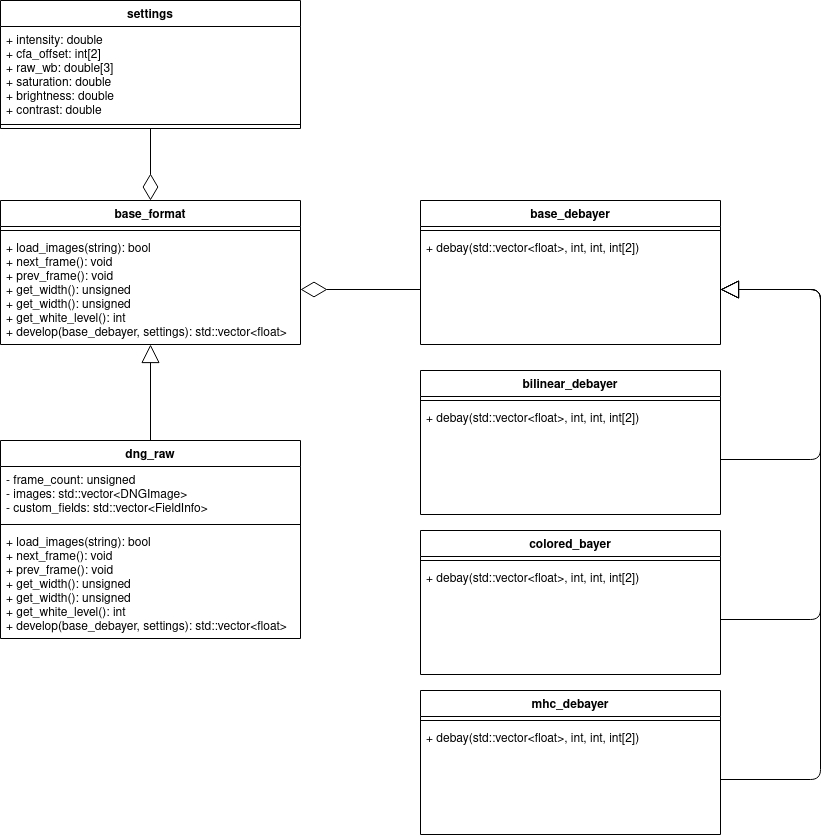
The draw.io diagram docs/inc/img/uml.png in CATFELLA/raw-postproc, before a commit. Source tidied: cells renumbered, new cells last; positions are measured from the earlier drawing's top-left corner, leaving out a move shared by most shapes.
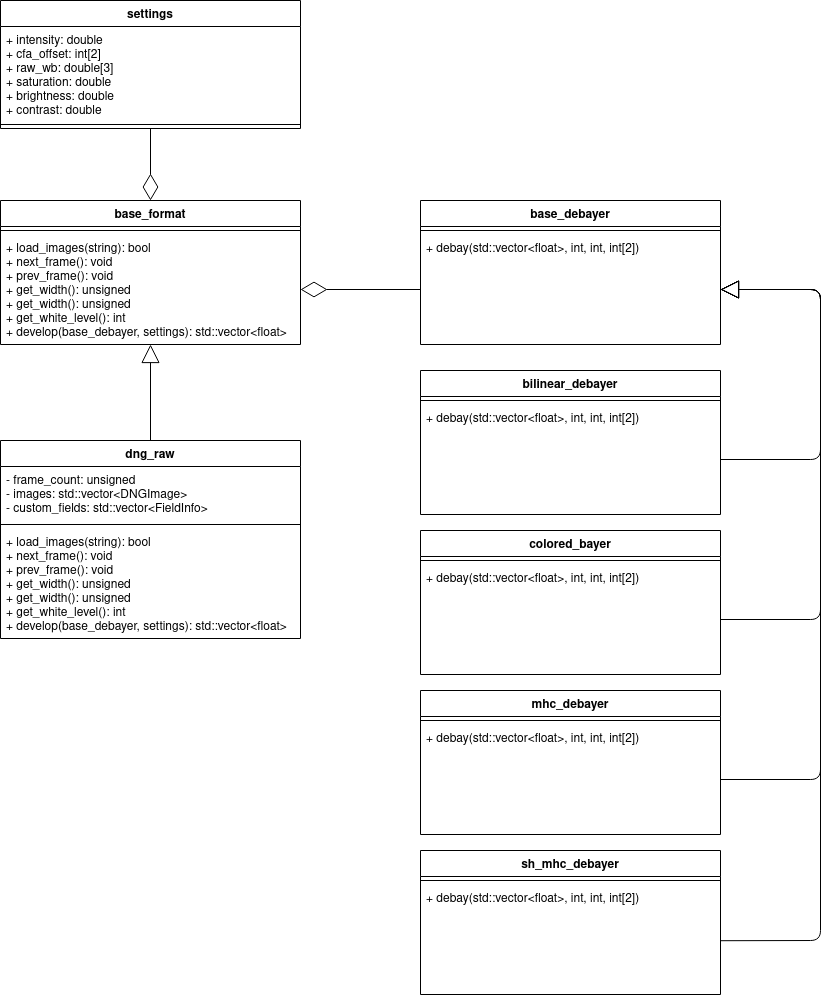
The same diagram one commit later.

Diff of the diagram source:
```diff
@@ -102,5 +102,24 @@
     <mxCell id="29" style="line;strokeWidth=1;fillColor=none;align=left;verticalAlign=middle;spacingTop=-1;spacingLeft=3;spacingRight=3;labelPosition=right;" parent="27" vertex="1">
       <mxGeometry y="120" width="300" height="8" as="geometry" />
     </mxCell>
+    <mxCell id="30" value="sh_mhc_debayer" style="swimlane;fontStyle=1;align=center;verticalAlign=top;horizontal=1;startSize=26;" parent="1" vertex="1">
+      <mxGeometry x="420" y="850" width="300" height="144" as="geometry" />
+    </mxCell>
+    <mxCell id="31" style="line;strokeWidth=1;fillColor=none;align=left;verticalAlign=middle;spacingTop=-1;spacingLeft=3;spacingRight=3;labelPosition=right;" parent="30" vertex="1">
+      <mxGeometry y="26" width="300" height="8" as="geometry" />
+    </mxCell>
+    <mxCell id="32" value="+ debay(std::vector&lt;float&gt;, int, int, int[2])" style="text;strokeColor=none;fillColor=none;align=left;verticalAlign=top;spacingLeft=4;spacingRight=4;overflow=hidden;points=[[0,0.5],[1,0.5]];portConstraint=eastwest;" parent="30" vertex="1">
+      <mxGeometry y="34" width="300" height="110" as="geometry" />
+    </mxCell>
+    <mxCell id="33" style="endArrow=block;endSize=16;endFill=0;html=1;exitX=1.001;exitY=0.511;exitDx=0;exitDy=0;entryX=1;entryY=0.5;entryDx=0;entryDy=0;exitPerimeter=0;" parent="1" edge="1" source="32">
+      <mxGeometry relative="1" as="geometry">
+        <mxPoint x="720" y="289" as="targetPoint" />
+        <Array as="points">
+          <mxPoint x="820" y="940" />
+          <mxPoint x="820" y="489" />
+          <mxPoint x="820" y="289" />
+        </Array>
+      </mxGeometry>
+    </mxCell>
   </root>
 </mxGraphModel>
```
